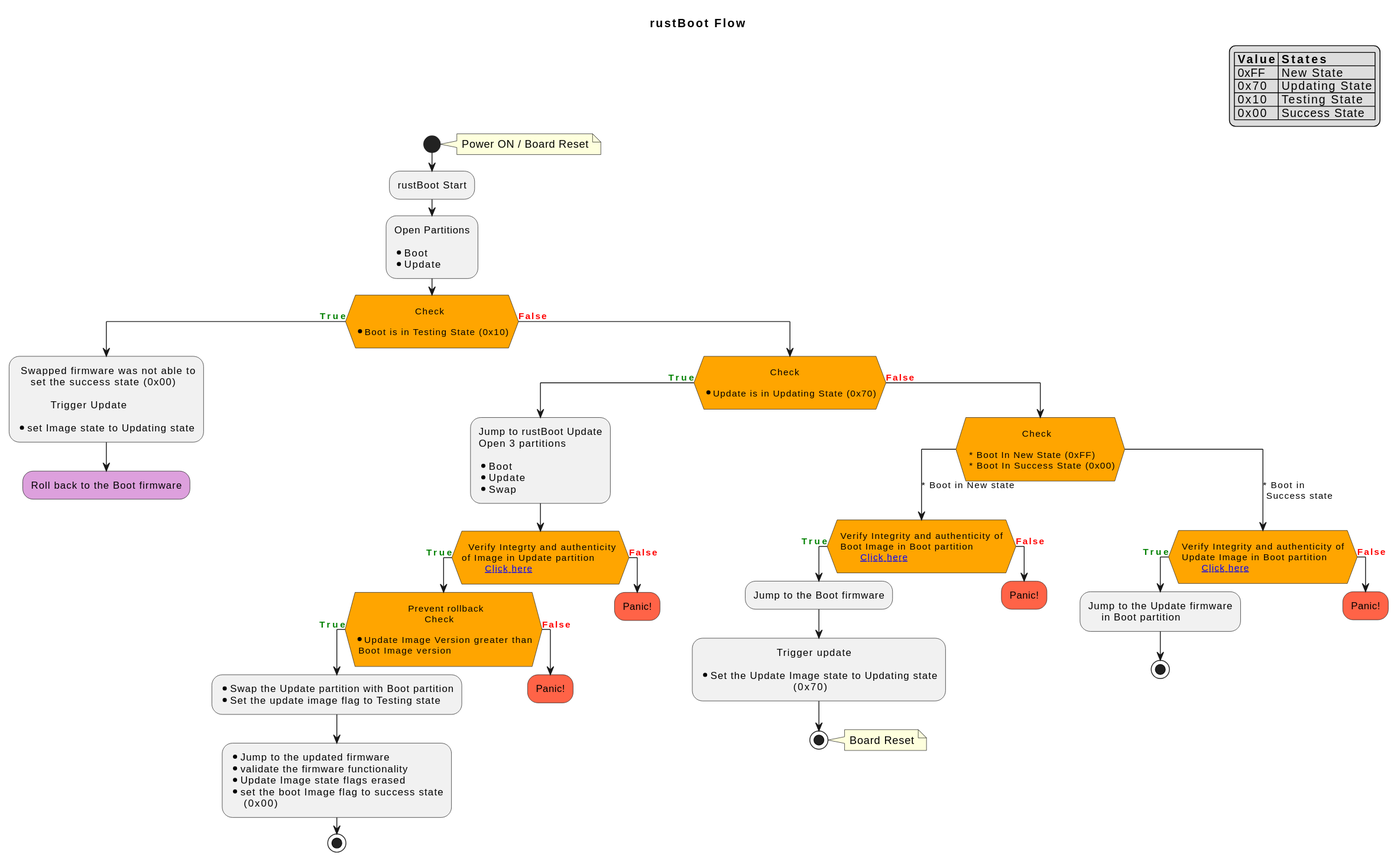
Before: rustBoot_State_Diagram.svg, a diagram exported from PlantUML (UdayakumarHidakal/RustBoot-state-diagrams).
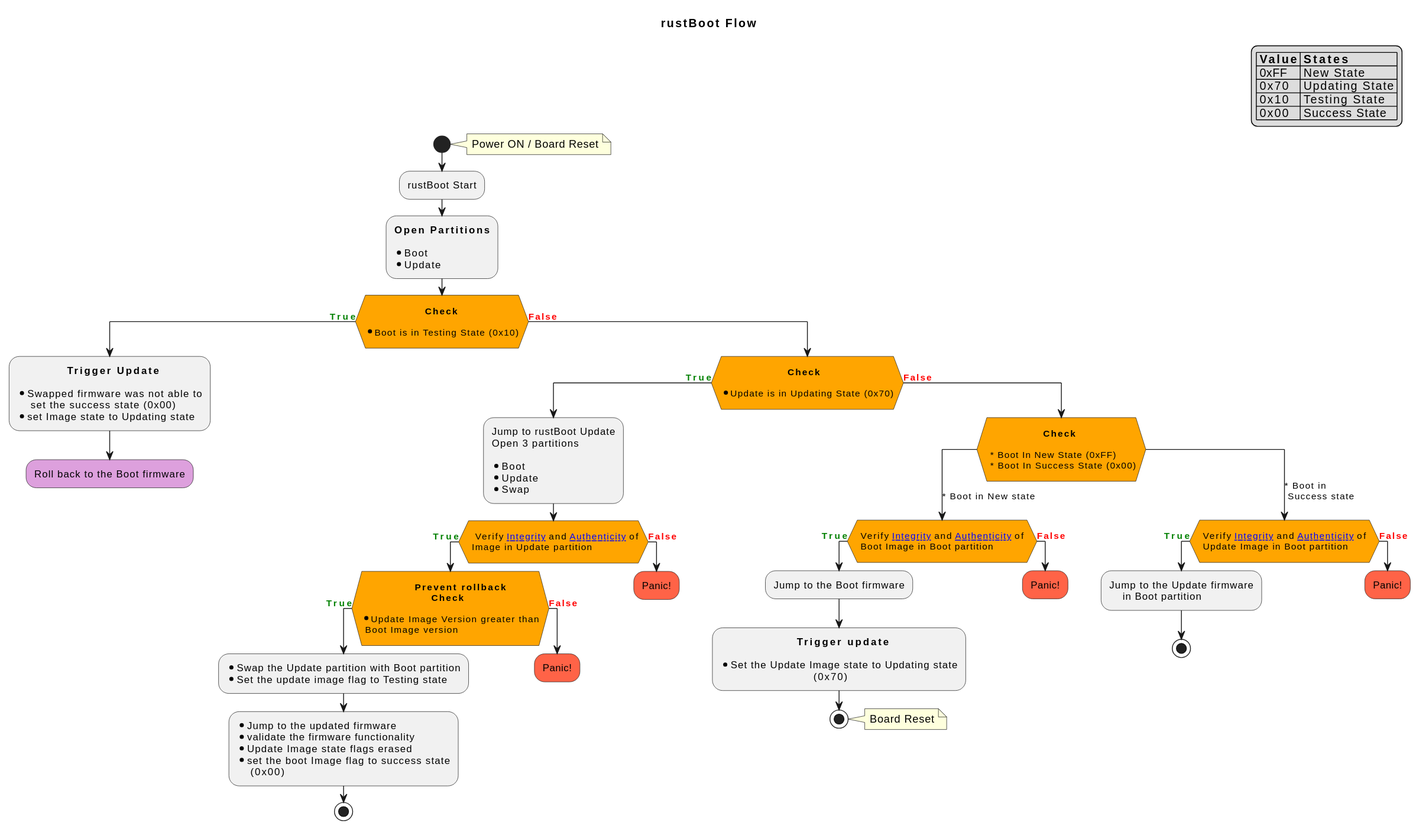
The same diagram one commit later.

Commit message:
state diagram updated

Diff of the diagram source:
```diff
@@ -6,28 +6,27 @@
 
   :rustBoot Start;
 
-  :Open Partitions
+  :**Open Partitions**
 
   * Boot
   * Update ;
 
 #orange:if (
-                  Check
+                  **Check**
 
 * Boot is in Testing State (0x10)\n) then (<color:green>**True**)
 
 
-  : Swapped firmware was not able to
+  :               **Trigger Update**
+
+  * Swapped firmware was not able to
       set the success state (0x00)
-
-            Trigger Update
-
   * set Image state to Updating state;
   #plum:Roll back to the Boot firmware;
   kill
 else (<color:red>**False**)
   #orange:if (
-                    Check
+                    **Check**
 
 * Update is in Updating State (0x70)\n) then (<color:green>**True**);
     :Jump to rustBoot Update
@@ -37,9 +36,9 @@
     * Update
     * Swap;
     #orange:if (
-  Verify Integrty and authenticity \nof Image in Update partition \n       [[https://raw.githubusercontent.com/UdayakumarHidakal/RustBoot-state-diagrams/main/verification_diagram.svg{verification diagram} Click here]] \n) then (<color:green>**True**)
+  Verify [[https://raw.githubusercontent.com/UdayakumarHidakal/RustBoot-state-diagrams/main/verify_Intigrity_diagram.svg{Verify Integrity} Integrity]] and [[https://raw.githubusercontent.com/UdayakumarHidakal/RustBoot-state-diagrams/main/verify_Authenticity_diagram.svg{Verify Authenticity} Authenticity]] of\n Image in Update partition \n) then (<color:green>**True**)
 
-      #orange:if (\n                Prevent rollback \n                     Check
+      #orange:if (\n                **Prevent rollback** \n                     **Check**
 
 * Update Image Version greater than \n Boot Image version \n) then (<color:green>**True**)
         :* Swap the Update partition with Boot partition
@@ -64,11 +63,11 @@
   BackgroundColor orange
 }
 </style>
-    switch(\n                 Check\n \n * Boot In New State (0xFF)\n * Boot In Success State (0x00)\n)
-    case (* Boot in New state)
-      #orange:if (\n Verify Integrity and authenticity of \n Boot Image in Boot partition \n       [[https://raw.githubusercontent.com/UdayakumarHidakal/RustBoot-state-diagrams/main/verification_diagram.svg{verification diagram} Click here]] \n) then (<color:green>**True**)
+    switch(\n                 **Check**\n \n * Boot In New State (0xFF)\n * Boot In Success State (0x00)\n)
+    case (\n* Boot in New state)
+      #orange:if (\n Verify [[https://raw.githubusercontent.com/UdayakumarHidakal/RustBoot-state-diagrams/main/verify_Intigrity_diagram.svg{Verify Integrity} Integrity]] and [[https://raw.githubusercontent.com/UdayakumarHidakal/RustBoot-state-diagrams/main/verify_Authenticity_diagram.svg{Verify Authenticity} Authenticity]] of \n Boot Image in Boot partition\n) then (<color:green>**True**)
         :Jump to the Boot firmware;
-          :                       Trigger update
+          :                       **Trigger update**
 
         * Set the Update Image state to Updating state
                                     (0x70);
@@ -80,7 +79,7 @@
         kill
       endif
     case (* Boot in \n Success state)
-      #orange:if (\n Verify Integrity and authenticity of \n Update Image in Boot partition \n       [[https://raw.githubusercontent.com/UdayakumarHidakal/RustBoot-state-diagrams/main/verification_diagram.svg{verification diagram} Click here]] \n) then (<color:green>**True**)
+      #orange:if (\n Verify [[https://raw.githubusercontent.com/UdayakumarHidakal/RustBoot-state-diagrams/main/verify_Intigrity_diagram.svg{Verify Integrity} Integrity]] and [[https://raw.githubusercontent.com/UdayakumarHidakal/RustBoot-state-diagrams/main/verify_Authenticity_diagram.svg{Verify Authenticity} Authenticity]] of \n Update Image in Boot partition\n) then (<color:green>**True**)
         :Jump to the Update firmware
             in Boot partition;
         stop
```
